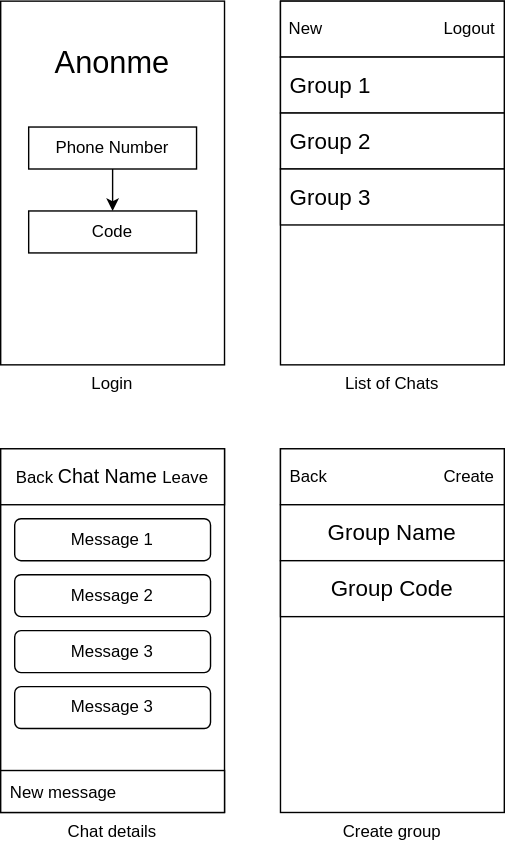
molson194/Anonme3 keeps this draw.io diagram as design.drawio.svg. Above is the earlier version. Source tidied: cells renumbered, new cells last; positions are measured from the earlier drawing's top-left corner, leaving out a move shared by most shapes.
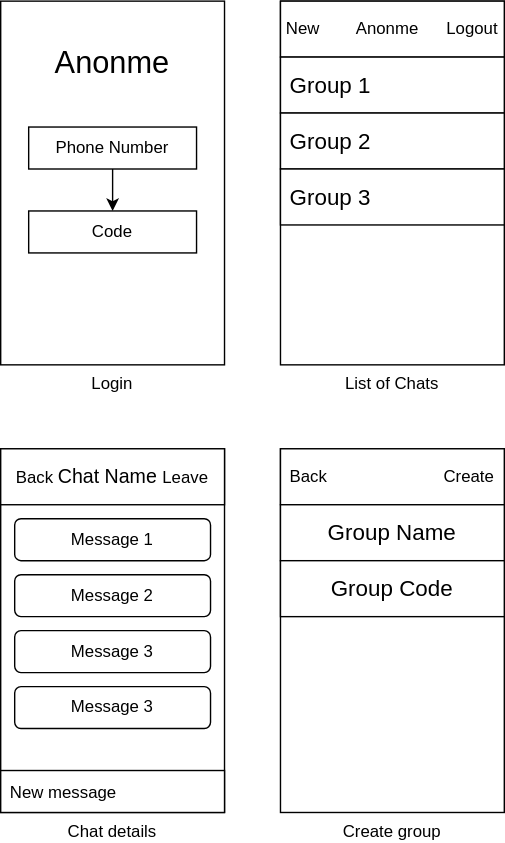
Later version of the same file.

The edit, as a diff of the source:
```diff
@@ -23,7 +23,7 @@
     <mxCell id="8" value="Code" style="rounded=0;whiteSpace=wrap;html=1;" parent="1" vertex="1">
       <mxGeometry x="20" y="150" width="120" height="30" as="geometry" />
     </mxCell>
-    <mxCell id="9" value="New&amp;nbsp; &amp;nbsp; &amp;nbsp; &amp;nbsp; &amp;nbsp; &amp;nbsp; &amp;nbsp; &amp;nbsp; &amp;nbsp; &amp;nbsp; &amp;nbsp; &amp;nbsp; &amp;nbsp; Logout" style="rounded=0;whiteSpace=wrap;html=1;" parent="1" vertex="1">
+    <mxCell id="9" value="New&amp;nbsp; &amp;nbsp; &amp;nbsp; &amp;nbsp; Anonme&amp;nbsp; &amp;nbsp; &amp;nbsp; Logout" style="rounded=0;whiteSpace=wrap;html=1;" parent="1" vertex="1">
       <mxGeometry x="200" width="160" height="40" as="geometry" />
     </mxCell>
     <mxCell id="10" value="Anonme" style="text;html=1;strokeColor=none;fillColor=none;align=center;verticalAlign=middle;whiteSpace=wrap;rounded=0;fontSize=22;" parent="1" vertex="1">
```
